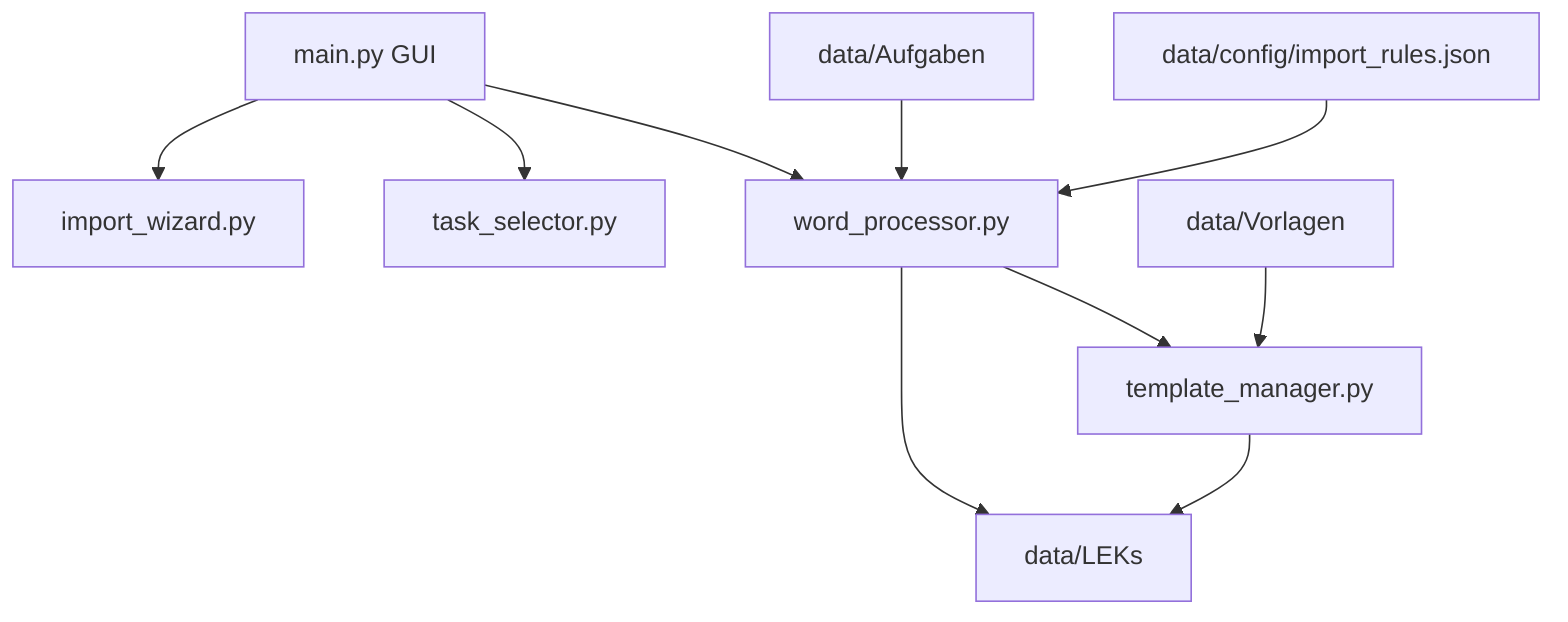
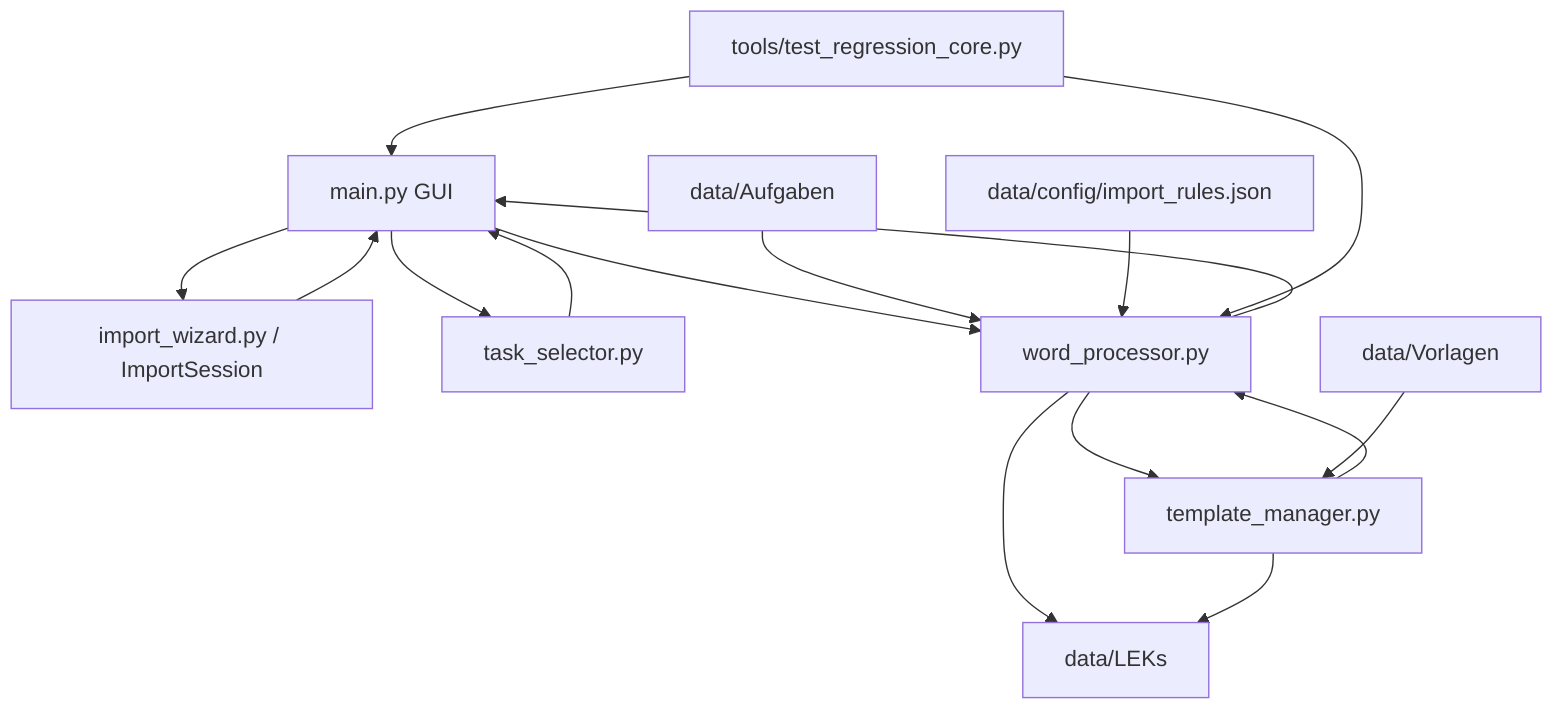
flowchart TB
-     A[main.py GUI] --> B[import_wizard.py]
+     A[main.py GUI] --> B[import_wizard.py / ImportSession]
    A --> C[task_selector.py]
    A --> D[word_processor.py]
    D --> E[template_manager.py]
+ 
    F[data/Aufgaben] --> D
    G[data/config/import_rules.json] --> D
    H[data/Vorlagen] --> E
+ 
+     B --> A
+     C --> A
+     D --> A
+     E --> D
+ 
    D --> I[data/LEKs]
    E --> I
+ 
+     J[tools/test_regression_core.py] --> A
+     J --> D
